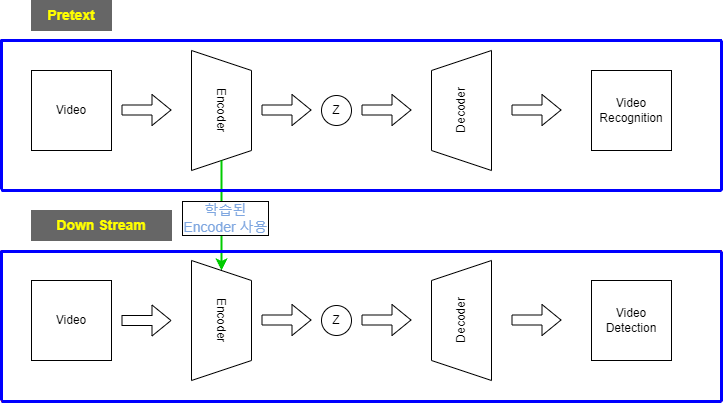
This is 연구주제.drawio.png from Kyoungrae-Noh/Self-Supervised-Learning, a draw.io export, as it was before one commit. Source tidied: cells renumbered, new cells last; positions are measured from the earlier drawing's top-left corner, leaving out a move shared by most shapes.
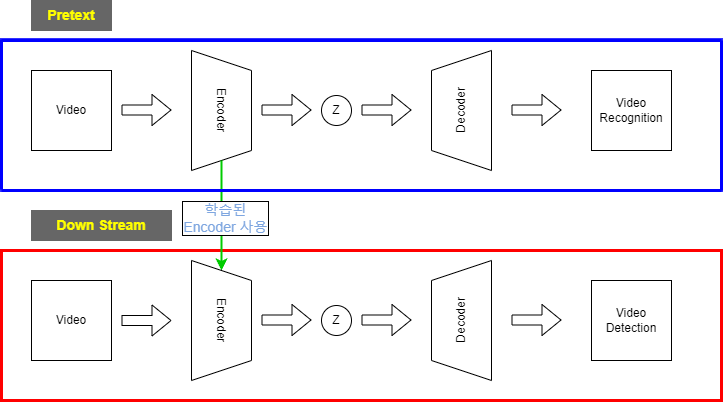
After the change.

Commit message:
연구주제.drawio.png 업데이트

Diff of the diagram source:
```diff
@@ -2,6 +2,9 @@
   <root>
     <mxCell id="0" />
     <mxCell id="1" parent="0" />
+    <mxCell id="34" style="whiteSpace=wrap;html=1;strokeColor=#FF0000;strokeWidth=3;" parent="1" vertex="1">
+      <mxGeometry y="250" width="720" height="150" as="geometry" />
+    </mxCell>
     <mxCell id="2" value="Encoder" style="shape=trapezoid;perimeter=trapezoidPerimeter;whiteSpace=wrap;html=1;fixedSize=1;rotation=90;" parent="1" vertex="1">
       <mxGeometry x="160" y="80" width="120" height="60" as="geometry" />
     </mxCell>
@@ -96,7 +99,7 @@
         <mxPoint x="410" y="319.5" as="targetPoint" />
       </mxGeometry>
     </mxCell>
-    <mxCell id="24" style="group;fillColor=none;strokeColor=#0000FF;strokeWidth=1;" parent="1" vertex="1">
+    <mxCell id="24" style="group;fillColor=none;strokeColor=#3333FF;strokeWidth=3;fontColor=#3333FF;verticalAlign=top;" parent="1" vertex="1">
       <mxGeometry y="39" width="720" height="151" as="geometry" />
     </mxCell>
     <mxCell id="25" style="endArrow=none;html=1;fontFamily=Helvetica;fontSize=14;fontColor=#7EA6E0;align=center;strokeColor=#0000FF;strokeWidth=3;fillColor=#FFFFFF;" parent="24" edge="1">
@@ -123,32 +126,5 @@
         <mxPoint y="1" as="targetPoint" />
       </mxGeometry>
     </mxCell>
-    <mxCell id="29" style="group;strokeColor=#FF0000;" parent="1" vertex="1">
-      <mxGeometry y="250" width="720" height="151" as="geometry" />
-    </mxCell>
-    <mxCell id="30" style="endArrow=none;html=1;fontFamily=Helvetica;fontSize=14;fontColor=#7EA6E0;align=center;strokeColor=#0000FF;strokeWidth=3;fillColor=#FFFFFF;" parent="29" edge="1">
-      <mxGeometry relative="1" as="geometry">
-        <mxPoint y="151" as="sourcePoint" />
-        <mxPoint x="720" y="151" as="targetPoint" />
-      </mxGeometry>
-    </mxCell>
-    <mxCell id="31" style="endArrow=none;html=1;strokeWidth=3;rounded=1;fontSize=14;fontColor=#7EA6E0;fillColor=#FFFFFF;strokeColor=#0000FF;" parent="29" edge="1">
-      <mxGeometry relative="1" as="geometry">
-        <mxPoint x="720" y="151" as="sourcePoint" />
-        <mxPoint x="720" y="1" as="targetPoint" />
-      </mxGeometry>
-    </mxCell>
-    <mxCell id="32" style="endArrow=none;html=1;strokeWidth=3;rounded=1;fontSize=14;fontColor=#7EA6E0;fillColor=#FFFFFF;strokeColor=#0000FF;" parent="29" edge="1">
-      <mxGeometry relative="1" as="geometry">
-        <mxPoint y="150" as="sourcePoint" />
-        <mxPoint as="targetPoint" />
-      </mxGeometry>
-    </mxCell>
-    <mxCell id="33" style="endArrow=none;html=1;strokeWidth=3;rounded=1;fontSize=14;fontColor=#7EA6E0;fillColor=#FFFFFF;strokeColor=#0000FF;" parent="29" edge="1">
-      <mxGeometry relative="1" as="geometry">
-        <mxPoint x="720" y="1" as="sourcePoint" />
-        <mxPoint y="1" as="targetPoint" />
-      </mxGeometry>
-    </mxCell>
   </root>
 </mxGraphModel>
```
